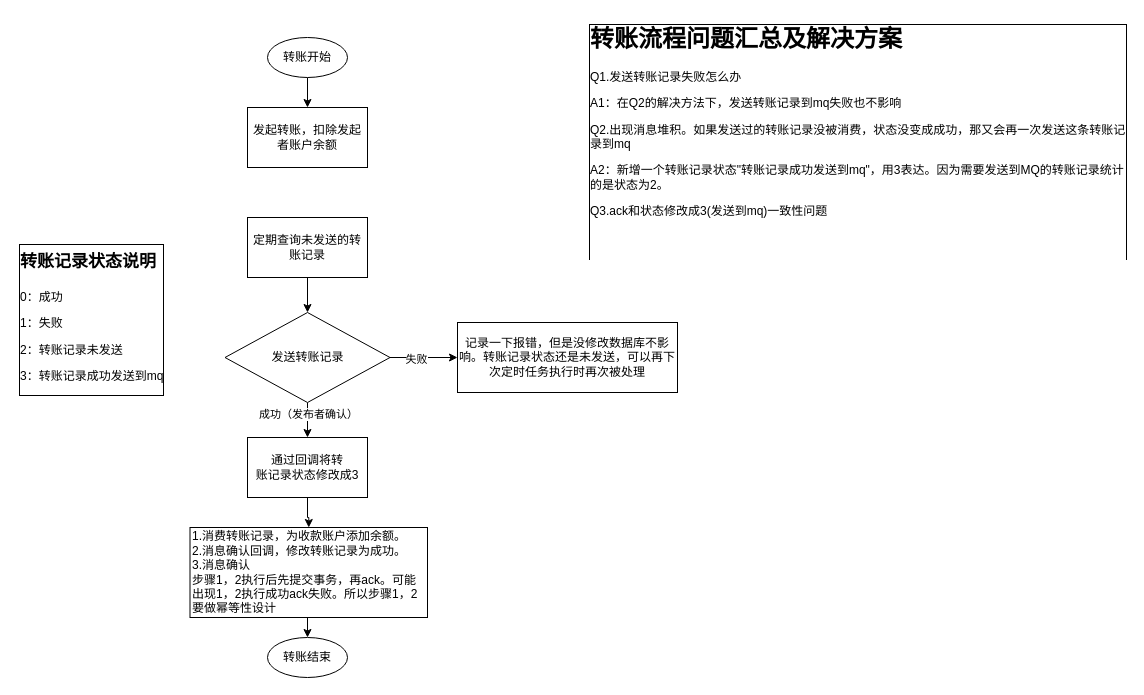
The draw.io diagram transfer.drawio in liepig1223/drawio, before the edit. Source tidied: cells renumbered, new cells numbered last; positions are measured from the earlier drawing's top-left corner, leaving out a move shared by most shapes. Both pictures are drawn from the tidied source at 100%, with x=0, y=0 at pixel (17, 17).
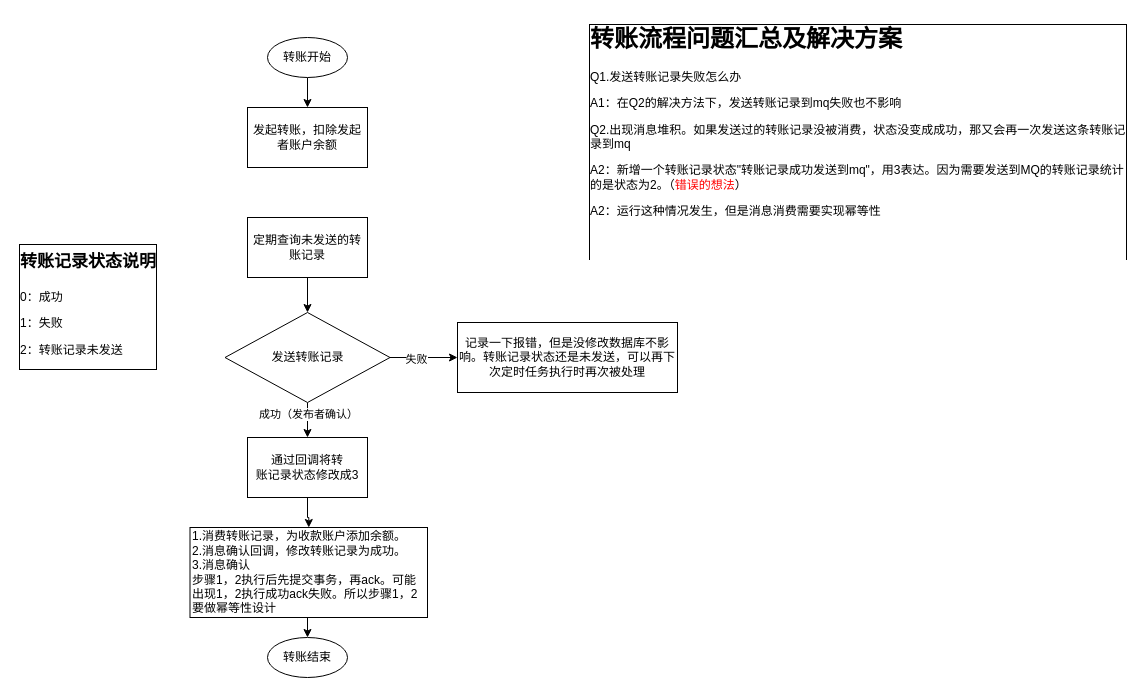
The same diagram, later.

The edit, as a diff of the source:
```diff
@@
-    <mxCell id="16" value="&lt;h1 style=&quot;margin-top: 0px;&quot;&gt;转账流程问题汇总及解决方案&lt;br&gt;&lt;/h1&gt;&lt;p&gt;Q1.发送转账记录失败怎么办&lt;/p&gt;&lt;p&gt;A1：在Q2的解决方法下，发送转账记录到mq失败也不影响&lt;/p&gt;&lt;p&gt;Q2.出现消息堆积。如果发送过的转账记录没被消费，状态没变成成功，那又会再一次发送这条转账记录到mq&lt;/p&gt;&lt;p&gt;A2：新增一个转账记录状态&quot;转账记录成功发送到mq&quot;，用3表达。因为需要发送到MQ的转账记录统计的是状态为2。&lt;/p&gt;&lt;p&gt;Q3.ack和状态修改成3(发送到mq)一致性问题&lt;/p&gt;&lt;p&gt;&lt;br&gt;&lt;/p&gt;&lt;p&gt;&lt;br&gt;&lt;/p&gt;" style="text;html=1;whiteSpace=wrap;overflow=hidden;rounded=0;labelBorderColor=default;" parent="1" vertex="1">
+    <mxCell id="16" value="&lt;h1 style=&quot;margin-top: 0px;&quot;&gt;转账流程问题汇总及解决方案&lt;br&gt;&lt;/h1&gt;&lt;p&gt;Q1.发送转账记录失败怎么办&lt;/p&gt;&lt;p&gt;A1：在Q2的解决方法下，发送转账记录到mq失败也不影响&lt;/p&gt;&lt;p&gt;Q2.出现消息堆积。如果发送过的转账记录没被消费，状态没变成成功，那又会再一次发送这条转账记录到mq&lt;/p&gt;&lt;p&gt;A2：新增一个转账记录状态&quot;转账记录成功发送到mq&quot;，用3表达。因为需要发送到MQ的转账记录统计的是状态为2。（&lt;span style=&quot;color: rgb(255, 0, 0);&quot;&gt;错误的想法&lt;/span&gt;）&lt;/p&gt;&lt;p&gt;A2：运行这种情况发生，但是消息消费需要实现幂等性&lt;br&gt;&lt;/p&gt;&lt;p&gt;&lt;br&gt;&lt;/p&gt;&lt;p&gt;&lt;br&gt;&lt;/p&gt;" style="text;html=1;whiteSpace=wrap;overflow=hidden;rounded=0;labelBorderColor=default;" parent="1" vertex="1">
       <mxGeometry x="570" width="540" height="240" as="geometry" />
     </mxCell>
-    <mxCell id="17" value="&lt;h1 style=&quot;margin-top: 0px;&quot;&gt;&lt;font style=&quot;font-size: 17px;&quot;&gt;转账记录状态说明&lt;/font&gt;&lt;br&gt;&lt;/h1&gt;&lt;p&gt;0：成功&lt;/p&gt;&lt;p&gt;1：失败&lt;/p&gt;&lt;p&gt;2：转账记录未发送&lt;/p&gt;&lt;p&gt;3：转账记录成功发送到mq&lt;/p&gt;" style="text;html=1;whiteSpace=wrap;overflow=hidden;rounded=0;labelBorderColor=default;" parent="1" vertex="1">
+    <mxCell id="17" value="&lt;h1 style=&quot;margin-top: 0px;&quot;&gt;&lt;font style=&quot;font-size: 17px;&quot;&gt;转账记录状态说明&lt;/font&gt;&lt;br&gt;&lt;/h1&gt;&lt;p&gt;0：成功&lt;/p&gt;&lt;p&gt;1：失败&lt;/p&gt;&lt;p&gt;2：转账记录未发送&lt;/p&gt;" style="text;html=1;whiteSpace=wrap;overflow=hidden;rounded=0;labelBorderColor=default;" parent="1" vertex="1">
       <mxGeometry y="220" width="150" height="180" as="geometry" />
     </mxCell>
```
